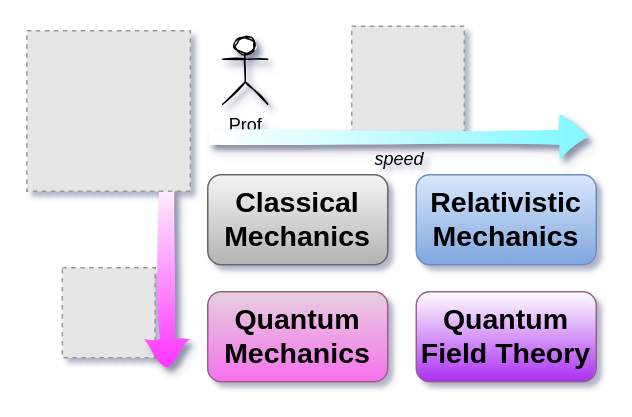
Earlier version of the draw.io diagram LectureNotes/Figures/stat-mech-overview.drawio (rxa254/StatisticalPhysics). Source tidied: cells renumbered, new cells numbered last; positions are measured from the earlier drawing's top-left corner, leaving out a move shared by most shapes. Both pictures are drawn from the tidied source at 150%, with x=0, y=0 at pixel (26, 26). Pictures stored in the file or linked from it are replaced by grey dashed boxes.
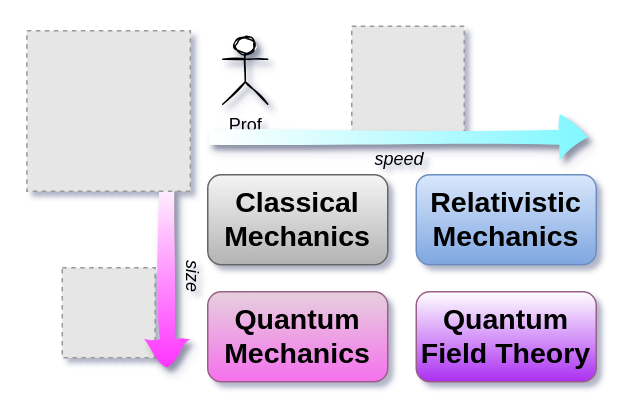
After the change.

Diff of the diagram source:
```diff
@@
 <mxGraphModel shadow="1">
   <root>
     <mxCell id="0" />
     <mxCell id="1" parent="0" />
     <mxCell id="2" style="fillColor=#E6E6E6;strokeColor=#999999;dashed=1;verticalLabelPosition=bottom;labelBackgroundColor=#ffffff;verticalAlign=top;" parent="1" vertex="1">
       <mxGeometry x="24" y="161" width="61.9" height="60" as="geometry" />
     </mxCell>
     <mxCell id="3" style="fillColor=#E6E6E6;strokeColor=#999999;dashed=1;verticalLabelPosition=bottom;labelBackgroundColor=#ffffff;verticalAlign=top;" parent="1" vertex="1">
       <mxGeometry x="217" width="75" height="75" as="geometry" />
     </mxCell>
     <mxCell id="4" value="&lt;div style=&quot;font-size: 19px;&quot;&gt;Classical&lt;/div&gt;&lt;div style=&quot;font-size: 19px;&quot;&gt;Mechanics&lt;br style=&quot;font-size: 19px;&quot;&gt;&lt;/div&gt;" style="rounded=1;whiteSpace=wrap;html=1;fillColor=#f5f5f5;strokeColor=#666666;fontStyle=1;fontSize=19;gradientColor=#b3b3b3;" parent="1" vertex="1">
       <mxGeometry x="121" y="99" width="120" height="60" as="geometry" />
     </mxCell>
     <mxCell id="5" value="&lt;div style=&quot;font-size: 19px&quot;&gt;Quantum&lt;/div&gt;&lt;div style=&quot;font-size: 19px&quot;&gt;Mechanics&lt;br style=&quot;font-size: 19px&quot;&gt;&lt;/div&gt;" style="rounded=1;whiteSpace=wrap;html=1;fillColor=#e6d0de;strokeColor=#996185;fontStyle=1;fontSize=19;gradientColor=#F571EC;" parent="1" vertex="1">
       <mxGeometry x="121" y="177" width="120" height="60" as="geometry" />
     </mxCell>
     <mxCell id="6" value="&lt;div style=&quot;font-size: 19px&quot;&gt;Relativistic&lt;/div&gt;&lt;div style=&quot;font-size: 19px&quot;&gt;Mechanics&lt;br style=&quot;font-size: 19px&quot;&gt;&lt;/div&gt;" style="rounded=1;whiteSpace=wrap;html=1;fillColor=#dae8fc;strokeColor=#6c8ebf;fontStyle=1;fontSize=19;gradientColor=#7ea6e0;" parent="1" vertex="1">
       <mxGeometry x="260" y="99" width="120" height="60" as="geometry" />
     </mxCell>
     <mxCell id="7" value="&lt;div style=&quot;font-size: 19px&quot;&gt;Quantum&lt;/div&gt;&lt;div style=&quot;font-size: 19px&quot;&gt;Field Theory&lt;br style=&quot;font-size: 19px&quot;&gt;&lt;/div&gt;" style="rounded=1;whiteSpace=wrap;html=1;strokeColor=#996185;fontStyle=1;fontSize=19;fillColor=#FFFFFF;gradientColor=#AB30F2;" parent="1" vertex="1">
       <mxGeometry x="260" y="177" width="120" height="60" as="geometry" />
     </mxCell>
     <mxCell id="8" value="Prof" style="shape=umlActor;verticalLabelPosition=bottom;verticalAlign=top;html=1;sketch=1;shadow=1;" parent="1" vertex="1">
       <mxGeometry x="131" y="7" width="30" height="45" as="geometry" />
     </mxCell>
     <mxCell id="9" style="shape=flexArrow;endArrow=classic;html=1;shadow=1;sketch=1;fillColor=#ffffff;gradientDirection=east;gradientColor=#80F7FF;strokeColor=none;" parent="1" edge="1">
       <mxGeometry relative="1" as="geometry">
         <mxPoint x="121" y="74" as="sourcePoint" />
         <mxPoint x="375" y="74" as="targetPoint" />
       </mxGeometry>
     </mxCell>
     <mxCell id="10" style="shape=flexArrow;endArrow=classic;html=1;shadow=1;sketch=1;fillColor=#ffffff;gradientDirection=south;gradientColor=#FF33FF;strokeColor=none;" parent="1" edge="1">
       <mxGeometry relative="1" as="geometry">
         <mxPoint x="94" y="98" as="sourcePoint" />
         <mxPoint x="94" y="228" as="targetPoint" />
       </mxGeometry>
     </mxCell>
     <mxCell id="11" value="speed" style="text;html=1;strokeColor=none;fillColor=none;align=center;verticalAlign=middle;whiteSpace=wrap;rounded=0;fontStyle=2;" parent="1" vertex="1">
       <mxGeometry x="229" y="79" width="40" height="20" as="geometry" />
     </mxCell>
     <mxCell id="12" style="fillColor=#E6E6E6;strokeColor=#999999;dashed=1;verticalLabelPosition=bottom;labelBackgroundColor=#ffffff;verticalAlign=top;" parent="1" vertex="1">
       <mxGeometry x="0.4" y="3" width="109" height="107" as="geometry" />
     </mxCell>
+    <mxCell id="13" value="size" style="text;html=1;strokeColor=none;fillColor=none;align=center;verticalAlign=middle;whiteSpace=wrap;rounded=0;fontStyle=2;rotation=90;" parent="1" vertex="1">
+      <mxGeometry x="91" y="157" width="40" height="20" as="geometry" />
+    </mxCell>
   </root>
 </mxGraphModel>
```
